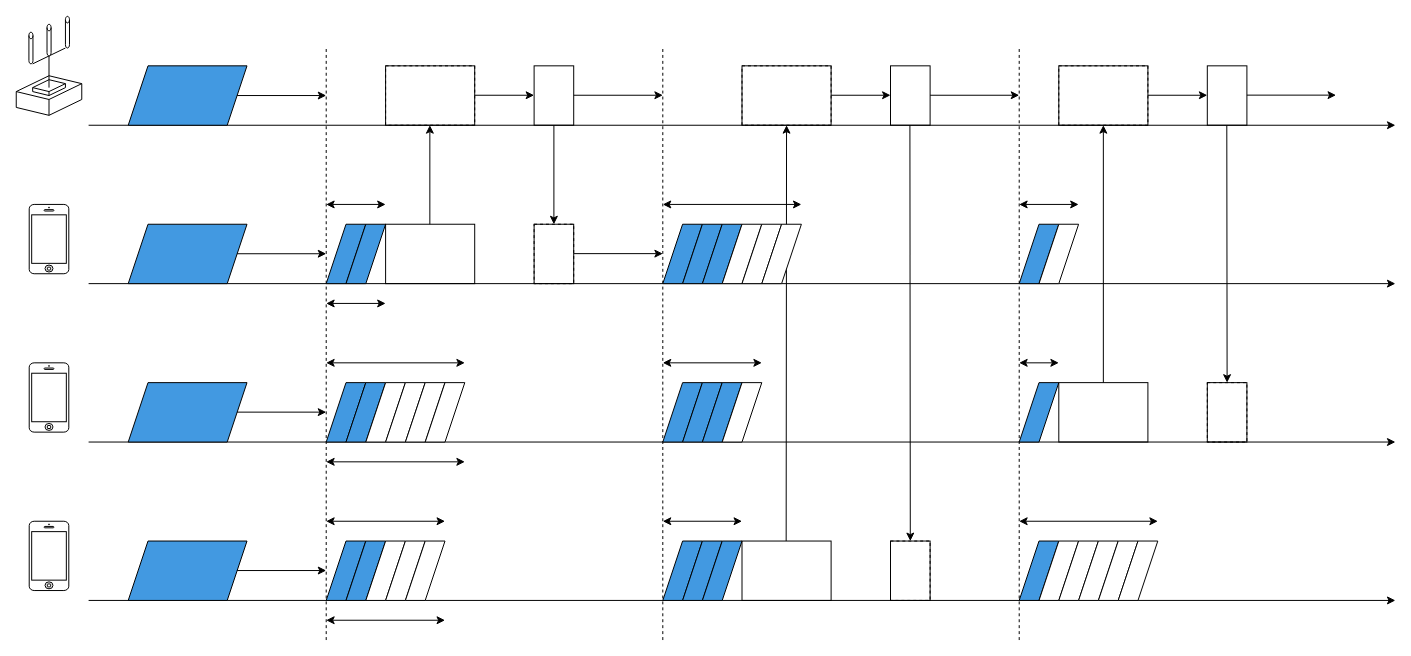
Above: paper/assets/csmaca-s.drawio in ShitaLab-TMCIT/IEEE802.11simulator (draw.io), before the change. Source tidied: cells renumbered, new cells numbered last; positions are measured from the earlier drawing's top-left corner, leaving out a move shared by most shapes. Both pictures are drawn from the tidied source at 99%, with x=0, y=0 at pixel (16, 16).
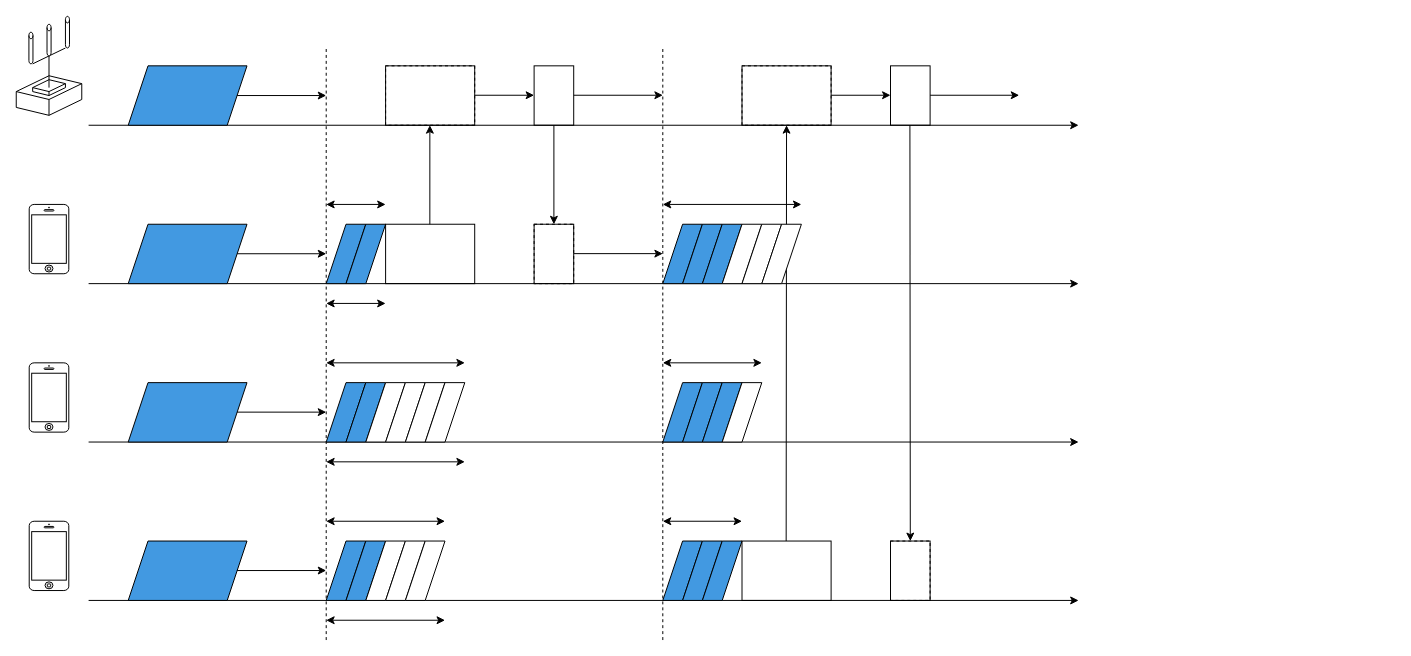
Above is the later version.

Change to the diagram source:
```diff
@@
     <mxCell id="3" style="endArrow=classic;html=1;rounded=0;" parent="1" edge="1">
       <mxGeometry relative="1" as="geometry">
         <mxPoint x="73" y="110" as="sourcePoint" />
-        <mxPoint x="1393" y="110" as="targetPoint" />
+        <mxPoint x="1073" y="110" as="targetPoint" />
       </mxGeometry>
     </mxCell>
     <mxCell id="4" style="endArrow=classic;html=1;rounded=0;" parent="1" edge="1">
       <mxGeometry relative="1" as="geometry">
         <mxPoint x="73" y="270" as="sourcePoint" />
-        <mxPoint x="1393" y="270" as="targetPoint" />
+        <mxPoint x="1073" y="270" as="targetPoint" />
       </mxGeometry>
     </mxCell>
     <mxCell id="5" style="endArrow=classic;html=1;rounded=0;" parent="1" edge="1">
       <mxGeometry relative="1" as="geometry">
         <mxPoint x="73" y="430" as="sourcePoint" />
-        <mxPoint x="1393" y="430" as="targetPoint" />
+        <mxPoint x="1073" y="430" as="targetPoint" />
       </mxGeometry>
     </mxCell>
     <mxCell id="6" style="endArrow=classic;html=1;rounded=0;" parent="1" edge="1">
       <mxGeometry relative="1" as="geometry">
         <mxPoint x="73" y="590" as="sourcePoint" />
-        <mxPoint x="1393" y="590" as="targetPoint" />
+        <mxPoint x="1073" y="590" as="targetPoint" />
       </mxGeometry>
     </mxCell>
@@
-    <mxCell id="86" style="endArrow=none;dashed=1;html=1;rounded=0;strokeWidth=1;" parent="1" edge="1">
-      <mxGeometry relative="1" as="geometry">
-        <mxPoint x="1013" y="630" as="sourcePoint" />
-        <mxPoint x="1013" y="30" as="targetPoint" />
-      </mxGeometry>
-    </mxCell>
-    <mxCell id="87" style="shape=parallelogram;perimeter=parallelogramPerimeter;whiteSpace=wrap;html=1;fixedSize=1;fillColor=#4299E1;size=20;" parent="1" vertex="1">
-      <mxGeometry x="1013" y="530" width="40" height="60" as="geometry" />
-    </mxCell>
-    <mxCell id="88" style="shape=parallelogram;perimeter=parallelogramPerimeter;whiteSpace=wrap;html=1;fixedSize=1;fillColor=default;size=20;" parent="1" vertex="1">
-      <mxGeometry x="1033" y="530" width="40" height="60" as="geometry" />
-    </mxCell>
-    <mxCell id="89" style="shape=parallelogram;perimeter=parallelogramPerimeter;whiteSpace=wrap;html=1;fixedSize=1;fillColor=default;size=20;" parent="1" vertex="1">
-      <mxGeometry x="1053" y="530" width="40" height="60" as="geometry" />
-    </mxCell>
-    <mxCell id="90" style="shape=parallelogram;perimeter=parallelogramPerimeter;whiteSpace=wrap;html=1;fixedSize=1;fillColor=default;size=20;" parent="1" vertex="1">
-      <mxGeometry x="1073" y="530" width="40" height="60" as="geometry" />
-    </mxCell>
-    <mxCell id="91" style="shape=parallelogram;perimeter=parallelogramPerimeter;whiteSpace=wrap;html=1;fixedSize=1;fillColor=default;size=20;" parent="1" vertex="1">
-      <mxGeometry x="1093" y="530" width="40" height="60" as="geometry" />
-    </mxCell>
-    <mxCell id="92" style="shape=parallelogram;perimeter=parallelogramPerimeter;whiteSpace=wrap;html=1;fixedSize=1;fillColor=default;size=20;" parent="1" vertex="1">
-      <mxGeometry x="1113" y="530" width="40" height="60" as="geometry" />
-    </mxCell>
-    <mxCell id="93" style="shape=parallelogram;perimeter=parallelogramPerimeter;whiteSpace=wrap;html=1;fixedSize=1;fillColor=#4299E1;size=20;" parent="1" vertex="1">
-      <mxGeometry x="1013" y="370" width="40" height="60" as="geometry" />
-    </mxCell>
-    <mxCell id="94" style="shape=parallelogram;perimeter=parallelogramPerimeter;whiteSpace=wrap;html=1;fixedSize=1;fillColor=#4299E1;size=20;" parent="1" vertex="1">
-      <mxGeometry x="1013" y="210" width="40" height="60" as="geometry" />
-    </mxCell>
-    <mxCell id="95" style="shape=parallelogram;perimeter=parallelogramPerimeter;whiteSpace=wrap;html=1;fixedSize=1;fillColor=default;size=20;" parent="1" vertex="1">
-      <mxGeometry x="1033" y="210" width="40" height="60" as="geometry" />
-    </mxCell>
-    <mxCell id="96" style="rounded=0;whiteSpace=wrap;html=1;fillColor=none;" parent="1" vertex="1">
-      <mxGeometry x="1053" y="370" width="90" height="60" as="geometry" />
-    </mxCell>
-    <mxCell id="97" style="rounded=0;whiteSpace=wrap;html=1;fillColor=none;dashed=1;" parent="1" vertex="1">
-      <mxGeometry x="1053" y="50" width="90" height="60" as="geometry" />
-    </mxCell>
-    <mxCell id="98" style="endArrow=classic;html=1;rounded=0;" parent="1" edge="1">
-      <mxGeometry relative="1" as="geometry">
-        <mxPoint x="1098" y="370" as="sourcePoint" />
-        <mxPoint x="1098" y="110" as="targetPoint" />
-      </mxGeometry>
-    </mxCell>
-    <mxCell id="99" style="endArrow=classic;html=1;rounded=0;" parent="1" edge="1">
-      <mxGeometry relative="1" as="geometry">
-        <mxPoint x="1143" y="79.7" as="sourcePoint" />
-        <mxPoint x="1203" y="79.7" as="targetPoint" />
-      </mxGeometry>
-    </mxCell>
-    <mxCell id="100" style="rounded=0;whiteSpace=wrap;html=1;fillColor=none;" parent="1" vertex="1">
-      <mxGeometry x="1203" y="50" width="40" height="60" as="geometry" />
-    </mxCell>
-    <mxCell id="101" style="endArrow=classic;html=1;rounded=0;exitX=0.5;exitY=1;exitDx=0;exitDy=0;entryX=0.5;entryY=0;entryDx=0;entryDy=0;" parent="1" edge="1" target="102">
-      <mxGeometry relative="1" as="geometry">
-        <mxPoint x="1222.7" y="110" as="sourcePoint" />
-      </mxGeometry>
-    </mxCell>
-    <mxCell id="102" style="rounded=0;whiteSpace=wrap;html=1;fillColor=none;dashed=1;" parent="1" vertex="1">
-      <mxGeometry x="1203" y="370" width="40" height="60" as="geometry" />
-    </mxCell>
-    <mxCell id="103" style="endArrow=classic;html=1;rounded=0;exitX=1;exitY=0.5;exitDx=0;exitDy=0;" parent="1" edge="1">
-      <mxGeometry relative="1" as="geometry">
-        <mxPoint x="1243" y="79.6" as="sourcePoint" />
-        <mxPoint x="1333" y="79.6" as="targetPoint" />
-      </mxGeometry>
-    </mxCell>
@@
-    <mxCell id="113" style="endArrow=classic;startArrow=classic;html=1;rounded=0;" parent="1" edge="1">
-      <mxGeometry relative="1" as="geometry">
-        <mxPoint x="1013" y="190" as="sourcePoint" />
-        <mxPoint x="1073" y="190" as="targetPoint" />
-      </mxGeometry>
-    </mxCell>
-    <mxCell id="114" style="endArrow=classic;startArrow=classic;html=1;rounded=0;" parent="1" edge="1">
-      <mxGeometry relative="1" as="geometry">
-        <mxPoint x="1013" y="350" as="sourcePoint" />
-        <mxPoint x="1053" y="350" as="targetPoint" />
-      </mxGeometry>
-    </mxCell>
-    <mxCell id="115" style="endArrow=classic;startArrow=classic;html=1;rounded=0;" parent="1" edge="1">
-      <mxGeometry relative="1" as="geometry">
-        <mxPoint x="1013" y="510" as="sourcePoint" />
-        <mxPoint x="1153" y="510" as="targetPoint" />
-      </mxGeometry>
-    </mxCell>
@@
-    <mxCell id="120" style="rounded=0;whiteSpace=wrap;html=1;fillColor=none;" parent="1" vertex="1">
-      <mxGeometry x="1053" y="50" width="90" height="60" as="geometry" />
-    </mxCell>
-    <mxCell id="121" style="rounded=0;whiteSpace=wrap;html=1;fillColor=none;" parent="1" vertex="1">
-      <mxGeometry x="1203" y="370" width="40" height="60" as="geometry" />
-    </mxCell>
```
